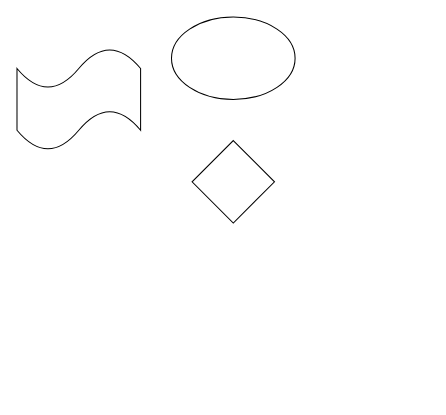
Earlier version of the draw.io diagram 未命名绘图.drawio (wuaisong/pic). Source tidied: cells renumbered, new cells numbered last; positions are measured from the earlier drawing's top-left corner, leaving out a move shared by most shapes. Both pictures are drawn from the tidied source at 103%, with x=0, y=0 at pixel (16, 16).
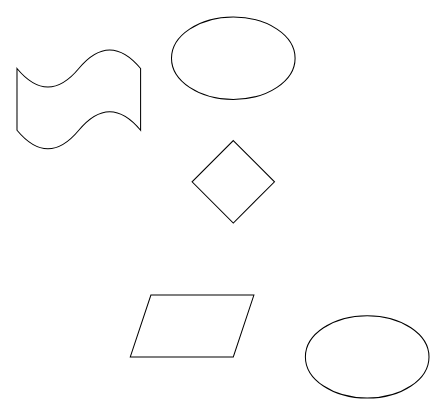
The same page after the edit.

Commit message:
更新未命名绘图1111.drawio

Change to the diagram source:
```diff
@@
 <mxGraphModel>
   <root>
     <mxCell id="0" />
     <mxCell id="1" parent="0" />
     <mxCell id="2" style="rhombus;whiteSpace=wrap;html=1;" parent="1" vertex="1">
       <mxGeometry x="170" y="120" width="80" height="80" as="geometry" />
     </mxCell>
     <mxCell id="3" style="ellipse;whiteSpace=wrap;html=1;" parent="1" vertex="1">
       <mxGeometry x="150" width="120" height="80" as="geometry" />
     </mxCell>
     <mxCell id="4" style="shape=tape;whiteSpace=wrap;html=1;" parent="1" vertex="1">
       <mxGeometry y="30" width="120" height="100" as="geometry" />
     </mxCell>
+    <mxCell id="5" style="ellipse;whiteSpace=wrap;html=1;" parent="1" vertex="1">
+      <mxGeometry x="280" y="290" width="120" height="80" as="geometry" />
+    </mxCell>
+    <mxCell id="6" style="shape=parallelogram;perimeter=parallelogramPerimeter;whiteSpace=wrap;html=1;fixedSize=1;" parent="1" vertex="1">
+      <mxGeometry x="110" y="270" width="120" height="60" as="geometry" />
+    </mxCell>
   </root>
 </mxGraphModel>
```
